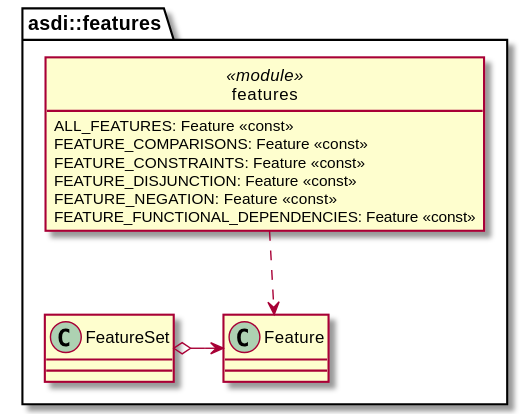
This is book/src/model/features.svg from johnstonskj/rust-asdi, a PlantUML export, as it was before one commit.
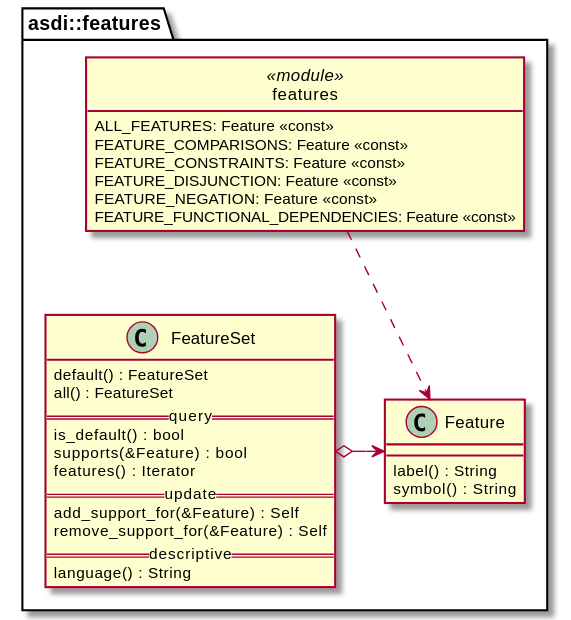
After the change.

Change to the diagram source:
```diff
@@ -3,8 +3,23 @@
 !include options.plantuml
 
 namespace asdi::features {
-    class Feature
-    class FeatureSet
+    class Feature {
+        label() : String
+        symbol() : String
+    }
+    class FeatureSet {
+        default() : FeatureSet
+        all() : FeatureSet
+        == query ==
+        is_default() : bool
+        supports(&Feature) : bool
+        features() : Iterator<&Feature>
+        == update ==
+        add_support_for(&Feature) : Self
+        remove_support_for(&Feature) : Self
+        == descriptive ==
+        language() : String
+    }
 
     FeatureSet o-> Feature
 
```
